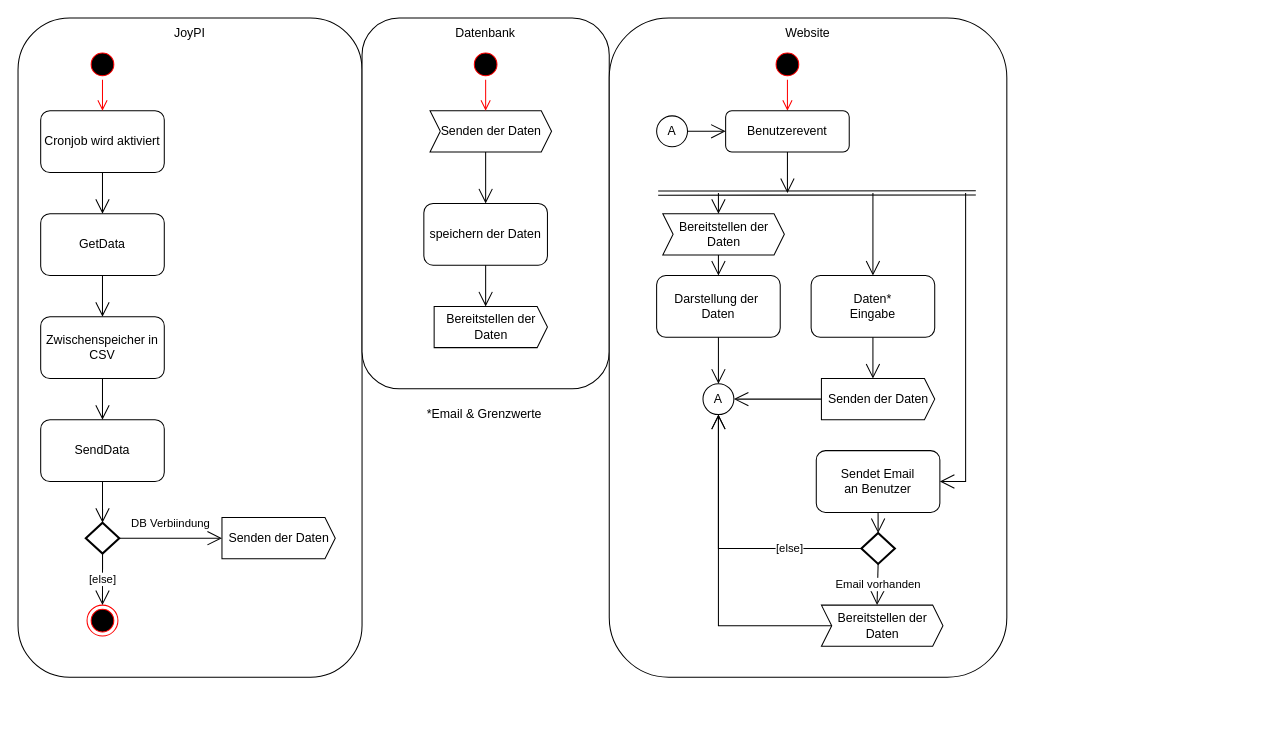
Earlier version of the draw.io diagram Aktivitätsdiagramm.drawio (SimonFurtm/CO2-TemperaturProjekt). Source tidied: cells renumbered, new cells numbered last; positions are measured from the earlier drawing's top-left corner, leaving out a move shared by most shapes. Both pictures are drawn from the tidied source at 103%, with x=0, y=0 at pixel (18, 18).
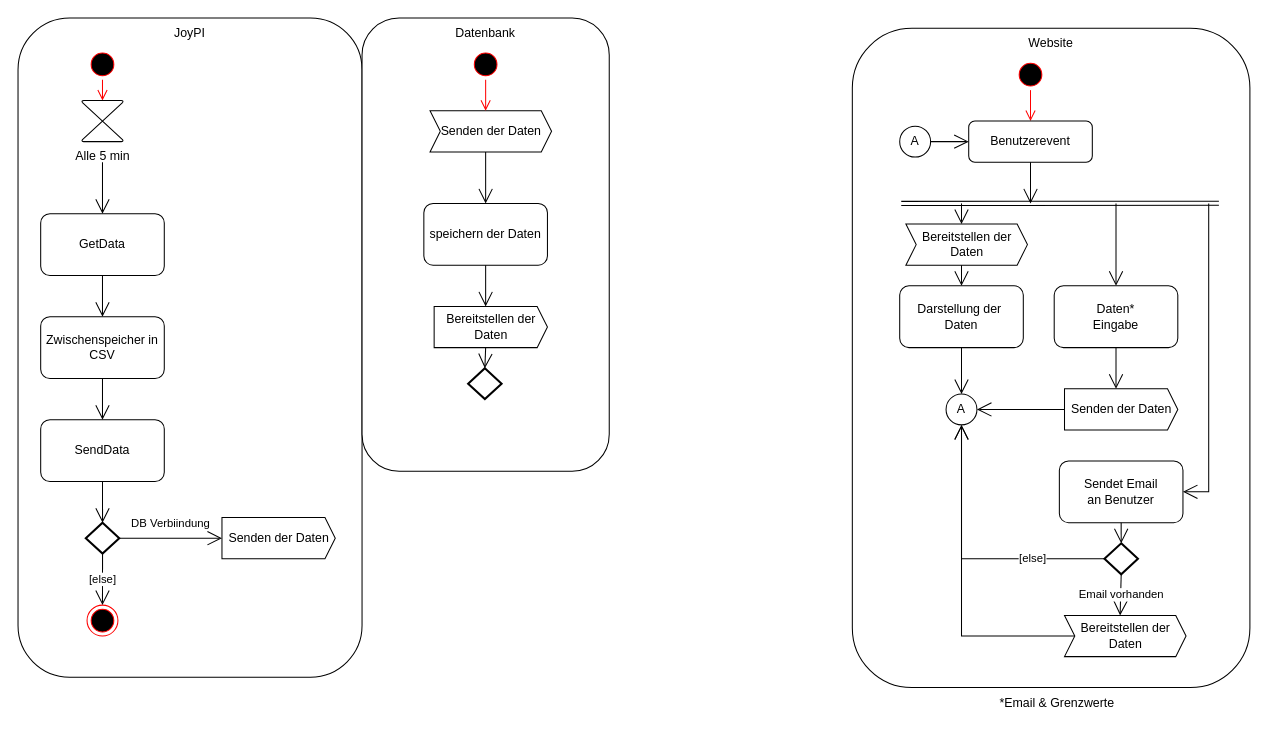
The same diagram, later.

Unchanged cells that the change refers to:
```xml
<mxCell id="9" value="GetData" style="rounded=1;whiteSpace=wrap;html=1;" parent="1" vertex="1">
  <mxGeometry x="22" y="190" width="120" height="60" as="geometry" />
</mxCell>
<mxCell id="18" style="ellipse;html=1;shape=startState;fillColor=#000000;strokeColor=#ff0000;" parent="1" vertex="1">
  <mxGeometry x="67" y="30" width="30" height="30" as="geometry" />
</mxCell>
<mxCell id="29" value="Bereitstellen der &lt;br&gt;Daten" style="html=1;shadow=0;dashed=0;align=center;verticalAlign=middle;shape=mxgraph.arrows2.arrow;dy=0;dx=10;notch=0;" parent="1" vertex="1">
  <mxGeometry x="404" y="280" width="110" height="40" as="geometry" />
</mxCell>
```

What changed in the source:
```diff
@@
     <mxCell id="3" style="rounded=1;whiteSpace=wrap;html=1;" parent="1" vertex="1">
-      <mxGeometry x="334" width="240" height="360" as="geometry" />
+      <mxGeometry x="334" width="240" height="440" as="geometry" />
     </mxCell>
     <mxCell id="4" style="rounded=1;whiteSpace=wrap;html=1;" parent="1" vertex="1">
-      <mxGeometry x="574" width="386" height="640" as="geometry" />
+      <mxGeometry x="810" y="10" width="386" height="640" as="geometry" />
     </mxCell>
@@
     <mxCell id="7" value="Website" style="text;html=1;strokeColor=none;fillColor=none;align=center;verticalAlign=middle;whiteSpace=wrap;rounded=0;" parent="1" vertex="1">
-      <mxGeometry x="737" width="60" height="30" as="geometry" />
+      <mxGeometry x="973" y="10" width="60" height="30" as="geometry" />
     </mxCell>
-    <mxCell id="8" value="Cronjob wird aktiviert" style="rounded=1;whiteSpace=wrap;html=1;" parent="1" vertex="1">
-      <mxGeometry x="22" y="90" width="120" height="60" as="geometry" />
-    </mxCell>
@@
-    <mxCell id="11" style="endArrow=open;endFill=1;endSize=12;html=1;rounded=0;exitX=0.5;exitY=1;exitDx=0;exitDy=0;" parent="1" edge="1" source="8" target="9">
-      <mxGeometry relative="1" as="geometry" />
+    <mxCell id="11" style="endArrow=open;endFill=1;endSize=12;html=1;rounded=0;" parent="1" edge="1" target="9">
+      <mxGeometry relative="1" as="geometry">
+        <mxPoint x="82" y="140" as="sourcePoint" />
+      </mxGeometry>
     </mxCell>
@@
-    <mxCell id="19" style="edgeStyle=orthogonalEdgeStyle;html=1;verticalAlign=bottom;endArrow=open;endSize=8;strokeColor=#ff0000;rounded=0;entryX=0.5;entryY=0;entryDx=0;entryDy=0;" parent="1" edge="1" source="18" target="8">
-      <mxGeometry relative="1" as="geometry" />
+    <mxCell id="19" style="edgeStyle=orthogonalEdgeStyle;html=1;verticalAlign=bottom;endArrow=open;endSize=8;strokeColor=#ff0000;rounded=0;" parent="1" edge="1" source="18">
+      <mxGeometry relative="1" as="geometry">
+        <mxPoint x="82" y="80" as="targetPoint" />
+      </mxGeometry>
     </mxCell>
@@
     <mxCell id="31" value="Bereitstellen der &lt;br&gt;Daten" style="html=1;shadow=0;dashed=0;align=center;verticalAlign=middle;shape=mxgraph.arrows2.arrow;dy=0;dx=10;notch=10;" parent="1" vertex="1">
-      <mxGeometry x="626" y="190" width="118" height="40" as="geometry" />
+      <mxGeometry x="862" y="200" width="118" height="40" as="geometry" />
     </mxCell>
     <mxCell id="32" value="Senden der Daten" style="html=1;shadow=0;dashed=0;align=center;verticalAlign=middle;shape=mxgraph.arrows2.arrow;dy=0;dx=10;notch=0;" parent="1" vertex="1">
-      <mxGeometry x="780" y="350" width="110" height="40" as="geometry" />
+      <mxGeometry x="1016" y="360" width="110" height="40" as="geometry" />
     </mxCell>
     <mxCell id="33" style="ellipse;html=1;shape=startState;fillColor=#000000;strokeColor=#ff0000;" parent="1" vertex="1">
-      <mxGeometry x="732" y="30" width="30" height="30" as="geometry" />
+      <mxGeometry x="968" y="40" width="30" height="30" as="geometry" />
     </mxCell>
@@
     <mxCell id="35" value="Darstellung der&amp;nbsp;&lt;br&gt;Daten" style="rounded=1;whiteSpace=wrap;html=1;" parent="1" vertex="1">
-      <mxGeometry x="620" y="250" width="120" height="60" as="geometry" />
+      <mxGeometry x="856" y="260" width="120" height="60" as="geometry" />
     </mxCell>
@@
     <mxCell id="37" style="shape=link;html=1;rounded=0;entryX=0.922;entryY=0.365;entryDx=0;entryDy=0;entryPerimeter=0;" parent="1" edge="1">
       <mxGeometry relative="1" as="geometry">
-        <mxPoint x="621.5" y="170" as="sourcePoint" />
-        <mxPoint x="929.9" y="169.8" as="targetPoint" />
+        <mxPoint x="857.5" y="180" as="sourcePoint" />
+        <mxPoint x="1165.9" y="179.8" as="targetPoint" />
       </mxGeometry>
     </mxCell>
     <mxCell id="38" style="endArrow=open;endFill=1;endSize=12;html=1;rounded=0;entryX=0;entryY=0;entryDx=54;entryDy=0;entryPerimeter=0;" parent="1" edge="1" target="31">
       <mxGeometry relative="1" as="geometry">
-        <mxPoint x="680" y="170" as="sourcePoint" />
+        <mxPoint x="916" y="180" as="sourcePoint" />
       </mxGeometry>
     </mxCell>
     <mxCell id="39" value="Benutzerevent" style="rounded=1;whiteSpace=wrap;html=1;" parent="1" vertex="1">
-      <mxGeometry x="687" y="90" width="120" height="40" as="geometry" />
+      <mxGeometry x="923" y="100" width="120" height="40" as="geometry" />
     </mxCell>
     <mxCell id="40" value="Daten*&lt;br&gt;Eingabe" style="rounded=1;whiteSpace=wrap;html=1;" parent="1" vertex="1">
-      <mxGeometry x="770" y="250" width="120" height="60" as="geometry" />
+      <mxGeometry x="1006" y="260" width="120" height="60" as="geometry" />
     </mxCell>
     <mxCell id="41" style="endArrow=open;endFill=1;endSize=12;html=1;rounded=0;entryX=0.5;entryY=0;entryDx=0;entryDy=0;" parent="1" edge="1" target="40">
       <mxGeometry relative="1" as="geometry">
-        <mxPoint x="830" y="170" as="sourcePoint" />
+        <mxPoint x="1066" y="180" as="sourcePoint" />
       </mxGeometry>
     </mxCell>
@@
     <mxCell id="43" value="*Email &amp;amp; Grenzwerte" style="text;html=1;strokeColor=none;fillColor=none;align=center;verticalAlign=middle;whiteSpace=wrap;rounded=0;" parent="1" vertex="1">
-      <mxGeometry x="384" y="370" width="138" height="30" as="geometry" />
+      <mxGeometry x="940" y="650" width="138" height="30" as="geometry" />
     </mxCell>
     <mxCell id="44" style="endArrow=open;endFill=1;endSize=12;html=1;rounded=0;exitX=0.5;exitY=1;exitDx=0;exitDy=0;" parent="1" edge="1" source="39">
       <mxGeometry relative="1" as="geometry">
-        <mxPoint x="747" y="170" as="targetPoint" />
+        <mxPoint x="983" y="180" as="targetPoint" />
       </mxGeometry>
     </mxCell>
     <mxCell id="45" value="A" style="ellipse;whiteSpace=wrap;html=1;" parent="1" vertex="1">
-      <mxGeometry x="620" y="95" width="30" height="30" as="geometry" />
+      <mxGeometry x="856" y="105" width="30" height="30" as="geometry" />
     </mxCell>
@@
     <mxCell id="47" value="A" style="ellipse;whiteSpace=wrap;html=1;" parent="1" vertex="1">
-      <mxGeometry x="665" y="355" width="30" height="30" as="geometry" />
+      <mxGeometry x="901" y="365" width="30" height="30" as="geometry" />
     </mxCell>
@@
     <mxCell id="50" value="Sendet Email&lt;br&gt;an Benutzer" style="rounded=1;whiteSpace=wrap;html=1;" parent="1" vertex="1">
-      <mxGeometry x="775" y="420" width="120" height="60" as="geometry" />
+      <mxGeometry x="1011" y="430" width="120" height="60" as="geometry" />
     </mxCell>
     <mxCell id="51" style="endArrow=open;endFill=1;endSize=12;html=1;rounded=0;entryX=1;entryY=0.5;entryDx=0;entryDy=0;" parent="1" edge="1" target="50">
       <mxGeometry relative="1" as="geometry">
-        <mxPoint x="920" y="170" as="sourcePoint" />
+        <mxPoint x="1156" y="180" as="sourcePoint" />
         <Array as="points">
-          <mxPoint x="920" y="450" />
+          <mxPoint x="1156" y="460" />
         </Array>
       </mxGeometry>
     </mxCell>
     <mxCell id="52" value="Bereitstellen der &lt;br&gt;Daten" style="html=1;shadow=0;dashed=0;align=center;verticalAlign=middle;shape=mxgraph.arrows2.arrow;dy=0;dx=10;notch=10;" parent="1" vertex="1">
-      <mxGeometry x="780" y="570" width="118" height="40" as="geometry" />
+      <mxGeometry x="1016" y="580" width="118" height="40" as="geometry" />
     </mxCell>
     <mxCell id="53" style="strokeWidth=2;html=1;shape=mxgraph.flowchart.decision;whiteSpace=wrap;" parent="1" vertex="1">
-      <mxGeometry x="818.8" y="500" width="32.5" height="30" as="geometry" />
+      <mxGeometry x="1054.8" y="510" width="32.5" height="30" as="geometry" />
     </mxCell>
@@
     <mxCell id="55" value="[else]" style="endArrow=open;endFill=1;endSize=12;html=1;rounded=0;exitX=0;exitY=0.5;exitDx=0;exitDy=0;exitPerimeter=0;entryX=0.5;entryY=1;entryDx=0;entryDy=0;" parent="1" edge="1" source="53" target="47">
       <mxGeometry x="-0.49" relative="1" as="geometry">
         <Array as="points">
-          <mxPoint x="680" y="515" />
+          <mxPoint x="916" y="525" />
         </Array>
         <mxPoint x="-1" as="offset" />
       </mxGeometry>
     </mxCell>
@@
     <mxCell id="57" style="endArrow=open;endFill=1;endSize=12;html=1;rounded=0;exitX=0;exitY=0.5;exitDx=10;exitDy=0;exitPerimeter=0;entryX=0.5;entryY=1;entryDx=0;entryDy=0;" parent="1" edge="1" source="52" target="47">
       <mxGeometry relative="1" as="geometry">
         <Array as="points">
-          <mxPoint x="680" y="590" />
+          <mxPoint x="916" y="600" />
         </Array>
       </mxGeometry>
     </mxCell>
+    <mxCell id="58" style="strokeWidth=2;html=1;shape=mxgraph.flowchart.decision;whiteSpace=wrap;" parent="1" vertex="1">
+      <mxGeometry x="437" y="340" width="32.5" height="30" as="geometry" />
+    </mxCell>
+    <mxCell id="59" style="endArrow=open;endFill=1;endSize=12;html=1;rounded=0;exitX=0;exitY=0;exitDx=50;exitDy=40;exitPerimeter=0;entryX=0.5;entryY=0;entryDx=0;entryDy=0;entryPerimeter=0;" parent="1" edge="1" source="29" target="58">
+      <mxGeometry relative="1" as="geometry" />
+    </mxCell>
+    <mxCell id="60" value="Alle 5 min" style="verticalLabelPosition=bottom;verticalAlign=top;html=1;shape=mxgraph.flowchart.collate;" parent="1" vertex="1">
+      <mxGeometry x="62" y="80" width="40" height="40" as="geometry" />
+    </mxCell>
```
